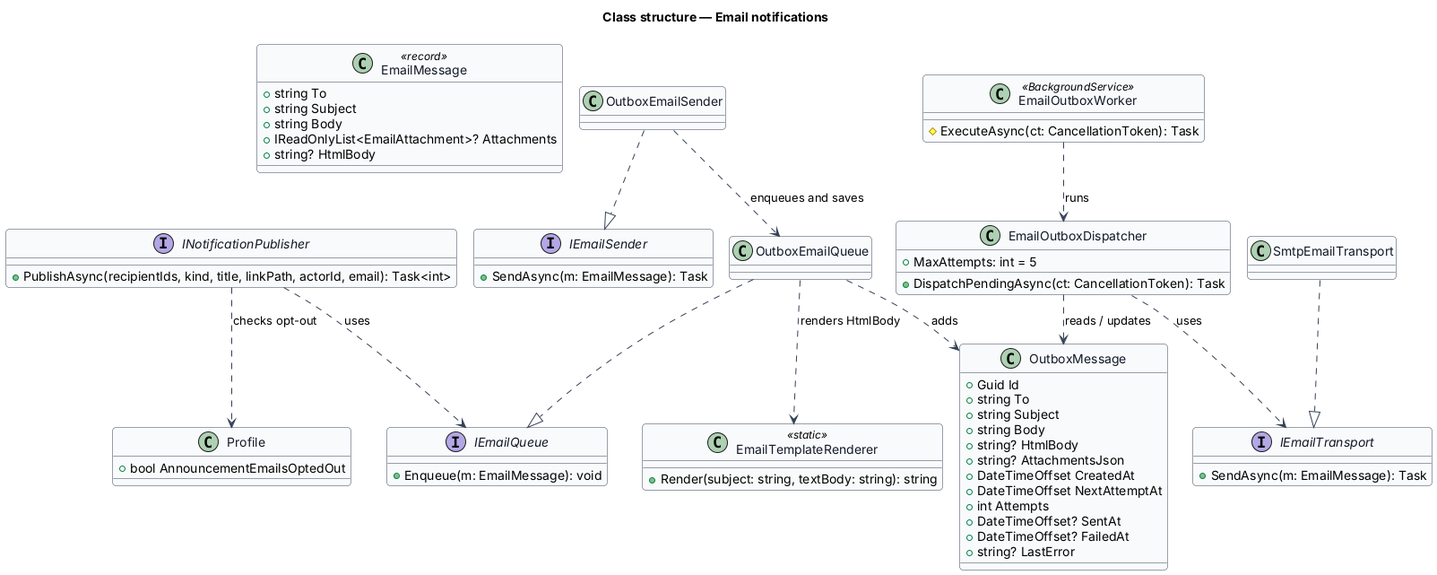
This is docs/detailed-designs/notifications/email-notifications/diagrams/class-structure.png from QuinntyneBrown/faithtech-community, a PlantUML export, as it was before one commit. Source of this version:
```plantuml
@startuml
!pragma layout smetana
skinparam backgroundColor #FFFFFF
skinparam shadowing false
skinparam roundcorner 8
skinparam defaultFontName Arial
skinparam ArrowColor #344054
skinparam class {
  BorderColor #344054
  FontColor #101828
  BackgroundColor #F9FAFB
}
title Class structure — Email notifications
class EmailMessage <<record>> {
  +string To
  +string Subject
  +string Body
  +IReadOnlyList<EmailAttachment>? Attachments
  +string? HtmlBody
}
class OutboxMessage {
  +Guid Id
  +string To
  +string Subject
  +string Body
  +string? HtmlBody
  +string? AttachmentsJson
  +DateTimeOffset CreatedAt
  +DateTimeOffset NextAttemptAt
  +int Attempts
  +DateTimeOffset? SentAt
  +DateTimeOffset? FailedAt
  +string? LastError
}
interface IEmailQueue {
  +Enqueue(m: EmailMessage): void
}
class OutboxEmailQueue
interface IEmailSender {
  +SendAsync(m: EmailMessage): Task
}
class OutboxEmailSender
class EmailTemplateRenderer <<static>> {
  +Render(subject: string, textBody: string): string
}
class EmailOutboxDispatcher {
  +MaxAttempts: int = 5
  +DispatchPendingAsync(ct: CancellationToken): Task
}
class EmailOutboxWorker <<BackgroundService>> {
  #ExecuteAsync(ct: CancellationToken): Task
}
interface IEmailTransport {
  +SendAsync(m: EmailMessage): Task
}
class SmtpEmailTransport
class Profile {
  +bool AnnouncementEmailsOptedOut
}
interface INotificationPublisher {
  +PublishAsync(recipientIds, kind, title, linkPath, actorId, email): Task<int>
}
INotificationPublisher ..> IEmailQueue : uses
INotificationPublisher ..> Profile : checks opt-out
OutboxEmailQueue ..|> IEmailQueue
OutboxEmailSender ..|> IEmailSender
OutboxEmailSender ..> OutboxEmailQueue : enqueues and saves
OutboxEmailQueue ..> EmailTemplateRenderer : renders HtmlBody
OutboxEmailQueue ..> OutboxMessage : adds
EmailOutboxWorker ..> EmailOutboxDispatcher : runs
EmailOutboxDispatcher ..> OutboxMessage : reads / updates
EmailOutboxDispatcher ..> IEmailTransport : uses
SmtpEmailTransport ..|> IEmailTransport
@enduml
```
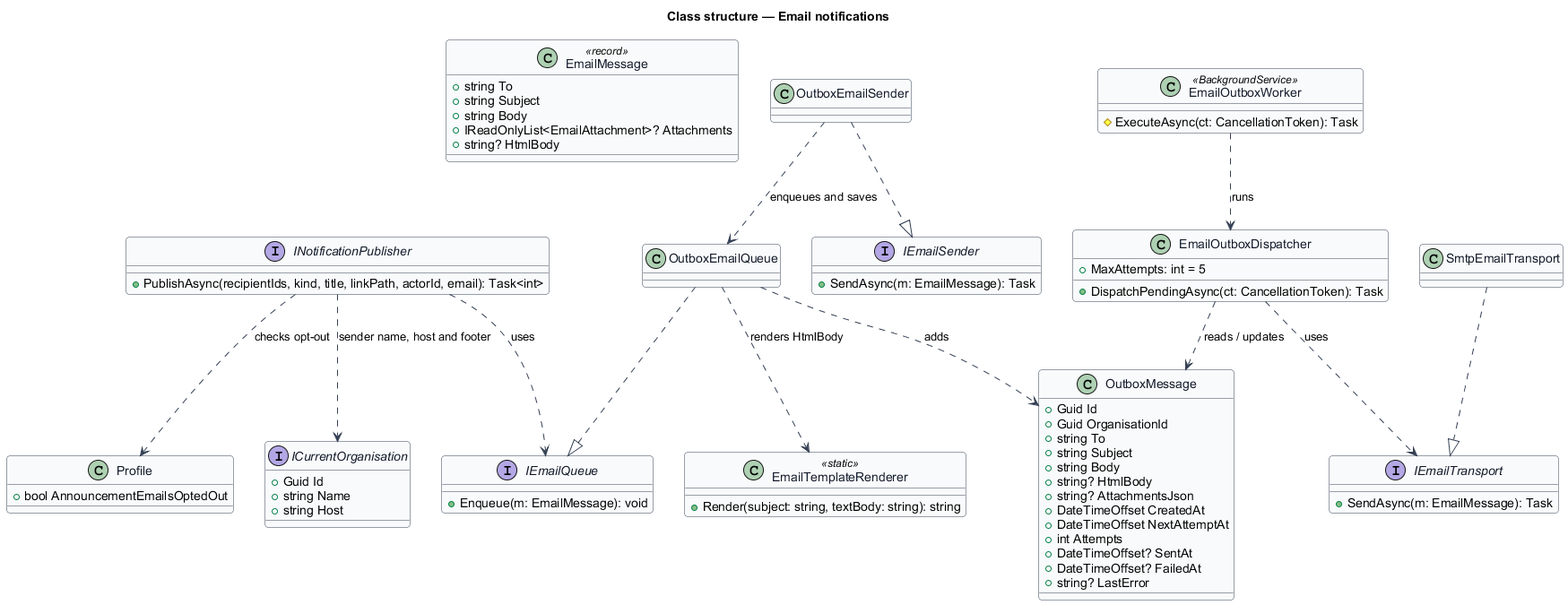
The same diagram one commit later.

What changed in the source:
```diff
@@ -1,5 +1,4 @@
 @startuml
-!pragma layout smetana
 skinparam backgroundColor #FFFFFF
 skinparam shadowing false
 skinparam roundcorner 8
@@ -20,6 +19,7 @@
 }
 class OutboxMessage {
   +Guid Id
+  +Guid OrganisationId
   +string To
   +string Subject
   +string Body
@@ -60,7 +60,13 @@
 interface INotificationPublisher {
   +PublishAsync(recipientIds, kind, title, linkPath, actorId, email): Task<int>
 }
+interface ICurrentOrganisation {
+  +Guid Id
+  +string Name
+  +string Host
+}
 INotificationPublisher ..> IEmailQueue : uses
+INotificationPublisher ..> ICurrentOrganisation : sender name, host and footer
 INotificationPublisher ..> Profile : checks opt-out
 OutboxEmailQueue ..|> IEmailQueue
 OutboxEmailSender ..|> IEmailSender
```
